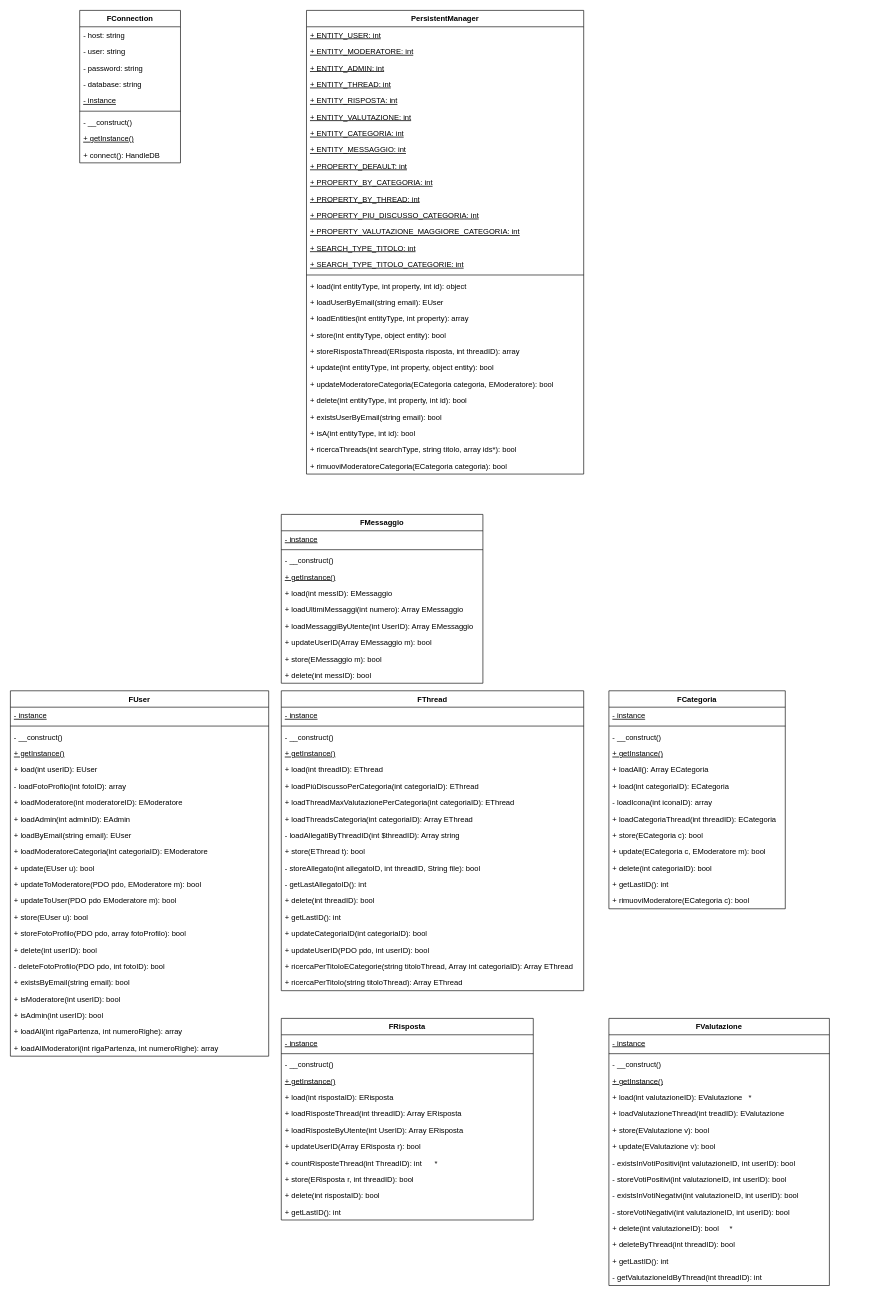
This is Diagrammi/UML Fondation 2.drawio from EdoPan/UniChat, a draw.io file, before an edit. Source tidied: cells renumbered, new cells numbered last; positions are measured from the earlier drawing's top-left corner, leaving out a move shared by most shapes. Both pictures are drawn from the tidied source at 63%, with x=0, y=0 at pixel (10, 10).
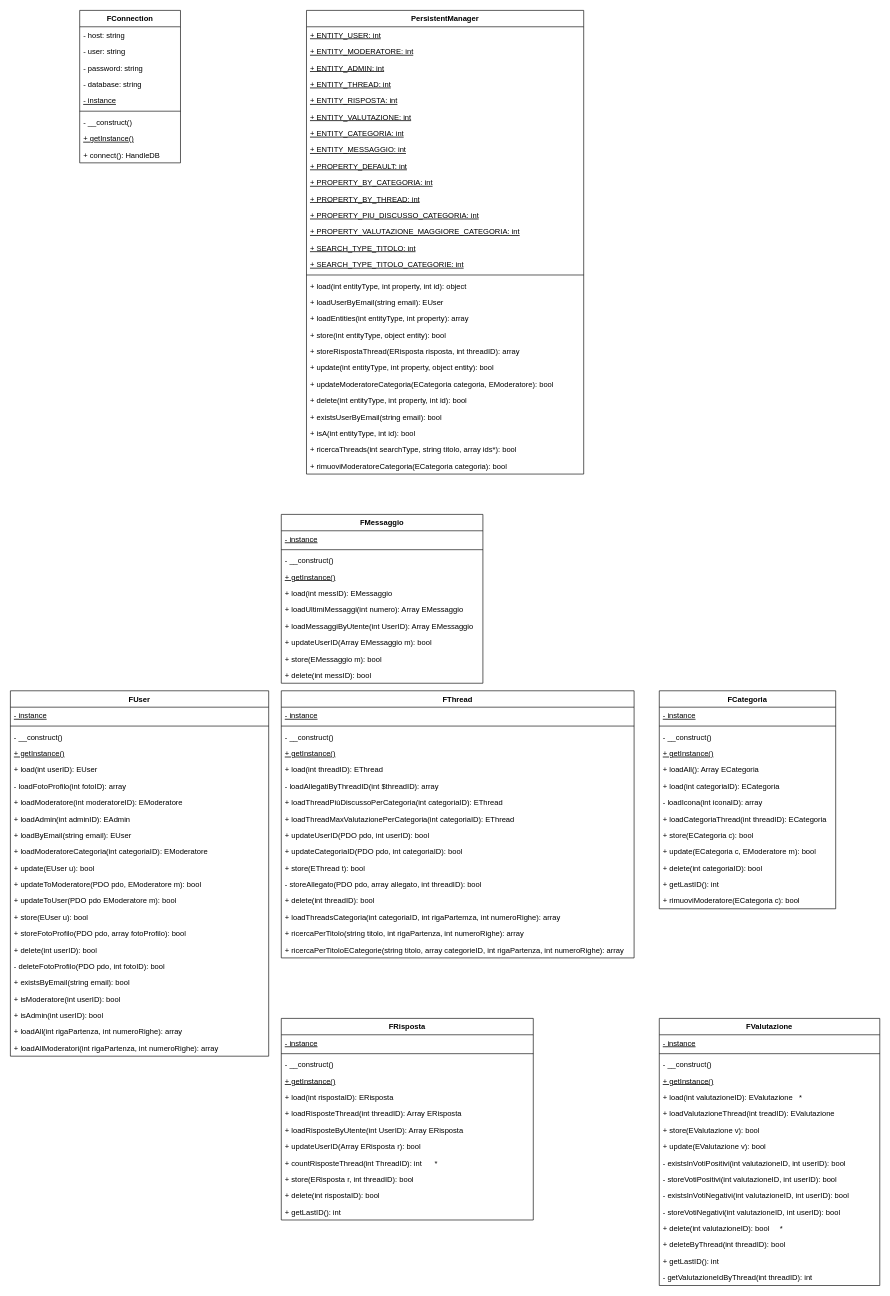
The same page after the edit.

Commit message:
Aggiunta e modifica metodi in FThread.

The edit, as a diff of the source:
```diff
@@
     <mxCell id="75" value="FThread" style="swimlane;fontStyle=1;align=center;verticalAlign=top;horizontal=1;startSize=26;" parent="1" vertex="1">
-      <mxGeometry x="430" y="1080" width="480" height="476" as="geometry" />
+      <mxGeometry x="430" y="1080" width="560" height="424" as="geometry" />
     </mxCell>
     <mxCell id="76" value="- instance" style="text;strokeColor=none;fillColor=none;align=left;verticalAlign=top;spacingLeft=4;spacingRight=4;overflow=hidden;fontStyle=4;" parent="75" vertex="1">
-      <mxGeometry y="26" width="480" height="26" as="geometry" />
+      <mxGeometry y="26" width="560" height="26" as="geometry" />
     </mxCell>
     <mxCell id="77" style="line;strokeWidth=1;fillColor=none;align=left;verticalAlign=middle;spacingTop=-1;spacingLeft=3;spacingRight=3;labelPosition=right;" parent="75" vertex="1">
-      <mxGeometry y="52" width="480" height="8" as="geometry" />
+      <mxGeometry y="52" width="560" height="8" as="geometry" />
     </mxCell>
     <mxCell id="78" value="- __construct()" style="text;strokeColor=none;fillColor=none;align=left;verticalAlign=top;spacingLeft=4;spacingRight=4;overflow=hidden;" parent="75" vertex="1">
-      <mxGeometry y="60" width="480" height="26" as="geometry" />
+      <mxGeometry y="60" width="560" height="26" as="geometry" />
     </mxCell>
     <mxCell id="79" value="+ getInstance()" style="text;strokeColor=none;fillColor=none;align=left;verticalAlign=top;spacingLeft=4;spacingRight=4;overflow=hidden;fontStyle=4;" parent="75" vertex="1">
-      <mxGeometry y="86" width="480" height="26" as="geometry" />
+      <mxGeometry y="86" width="560" height="26" as="geometry" />
     </mxCell>
     <mxCell id="80" value="+ load(int threadID): EThread  " style="text;strokeColor=none;fillColor=none;align=left;verticalAlign=top;spacingLeft=4;spacingRight=4;overflow=hidden;" parent="75" vertex="1">
-      <mxGeometry y="112" width="480" height="26" as="geometry" />
+      <mxGeometry y="112" width="560" height="26" as="geometry" />
     </mxCell>
+    <mxCell id="84" value="- loadAllegatiByThreadID(int $threadID): array" style="text;strokeColor=none;fillColor=none;align=left;verticalAlign=top;spacingLeft=4;spacingRight=4;overflow=hidden;" parent="75" vertex="1">
+      <mxGeometry y="138" width="560" height="26" as="geometry" />
+    </mxCell>
-    <mxCell id="81" value="+ loadPiùDiscussoPerCategoria(int categoriaID): EThread" style="text;strokeColor=none;fillColor=none;align=left;verticalAlign=top;spacingLeft=4;spacingRight=4;overflow=hidden;" parent="75" vertex="1">
-      <mxGeometry y="138" width="480" height="26" as="geometry" />
+    <mxCell id="81" value="+ loadThreadPiùDiscussoPerCategoria(int categoriaID): EThread" style="text;strokeColor=none;fillColor=none;align=left;verticalAlign=top;spacingLeft=4;spacingRight=4;overflow=hidden;" parent="75" vertex="1">
+      <mxGeometry y="164" width="560" height="26" as="geometry" />
     </mxCell>
     <mxCell id="82" value="+ loadThreadMaxValutazionePerCategoria(int categoriaID): EThread" style="text;strokeColor=none;fillColor=none;align=left;verticalAlign=top;spacingLeft=4;spacingRight=4;overflow=hidden;" parent="75" vertex="1">
-      <mxGeometry y="164" width="480" height="26" as="geometry" />
+      <mxGeometry y="190" width="560" height="26" as="geometry" />
     </mxCell>
-    <mxCell id="83" value="+ loadThreadsCategoria(int categoriaID): Array EThread" style="text;strokeColor=none;fillColor=none;align=left;verticalAlign=top;spacingLeft=4;spacingRight=4;overflow=hidden;" parent="75" vertex="1">
-      <mxGeometry y="190" width="480" height="26" as="geometry" />
-    </mxCell>
-    <mxCell id="84" value="- loadAllegatiByThreadID(int $threadID): Array string" style="text;strokeColor=none;fillColor=none;align=left;verticalAlign=top;spacingLeft=4;spacingRight=4;overflow=hidden;" parent="75" vertex="1">
-      <mxGeometry y="216" width="480" height="26" as="geometry" />
-    </mxCell>
+    <mxCell id="91" value="+ updateUserID(PDO pdo, int userID): bool" style="text;strokeColor=none;fillColor=none;align=left;verticalAlign=top;spacingLeft=4;spacingRight=4;overflow=hidden;" parent="75" vertex="1">
+      <mxGeometry y="216" width="560" height="26" as="geometry" />
+    </mxCell>
+    <mxCell id="90" value="+ updateCategoriaID(PDO pdo, int categoriaID): bool" style="text;strokeColor=none;fillColor=none;align=left;verticalAlign=top;spacingLeft=4;spacingRight=4;overflow=hidden;" parent="75" vertex="1">
+      <mxGeometry y="242" width="560" height="26" as="geometry" />
+    </mxCell>
     <mxCell id="85" value="+ store(EThread t): bool" style="text;strokeColor=none;fillColor=none;align=left;verticalAlign=top;spacingLeft=4;spacingRight=4;overflow=hidden;" parent="75" vertex="1">
-      <mxGeometry y="242" width="480" height="26" as="geometry" />
+      <mxGeometry y="268" width="560" height="26" as="geometry" />
     </mxCell>
-    <mxCell id="86" value="- storeAllegato(int allegatoID, int threadID, String file): bool" style="text;strokeColor=none;fillColor=none;align=left;verticalAlign=top;spacingLeft=4;spacingRight=4;overflow=hidden;" parent="75" vertex="1">
-      <mxGeometry y="268" width="480" height="26" as="geometry" />
+    <mxCell id="86" value="- storeAllegato(PDO pdo, array allegato, int threadID): bool" style="text;strokeColor=none;fillColor=none;align=left;verticalAlign=top;spacingLeft=4;spacingRight=4;overflow=hidden;" parent="75" vertex="1">
+      <mxGeometry y="294" width="560" height="26" as="geometry" />
     </mxCell>
-    <mxCell id="87" value="- getLastAllegatoID(): int" style="text;strokeColor=none;fillColor=none;align=left;verticalAlign=top;spacingLeft=4;spacingRight=4;overflow=hidden;" parent="75" vertex="1">
-      <mxGeometry y="294" width="480" height="26" as="geometry" />
-    </mxCell>
     <mxCell id="88" value="+ delete(int threadID): bool" style="text;strokeColor=none;fillColor=none;align=left;verticalAlign=top;spacingLeft=4;spacingRight=4;overflow=hidden;" parent="75" vertex="1">
-      <mxGeometry y="320" width="480" height="26" as="geometry" />
+      <mxGeometry y="320" width="560" height="26" as="geometry" />
     </mxCell>
-    <mxCell id="89" value="+ getLastID(): int" style="text;strokeColor=none;fillColor=none;align=left;verticalAlign=top;spacingLeft=4;spacingRight=4;overflow=hidden;" parent="75" vertex="1">
-      <mxGeometry y="346" width="480" height="26" as="geometry" />
-    </mxCell>
-    <mxCell id="90" value="+ updateCategoriaID(int categoriaID): bool" style="text;strokeColor=none;fillColor=none;align=left;verticalAlign=top;spacingLeft=4;spacingRight=4;overflow=hidden;" parent="75" vertex="1">
-      <mxGeometry y="372" width="480" height="26" as="geometry" />
-    </mxCell>
-    <mxCell id="91" value="+ updateUserID(PDO pdo, int userID): bool" style="text;strokeColor=none;fillColor=none;align=left;verticalAlign=top;spacingLeft=4;spacingRight=4;overflow=hidden;" parent="75" vertex="1">
-      <mxGeometry y="398" width="480" height="26" as="geometry" />
-    </mxCell>
+    <mxCell id="83" value="+ loadThreadsCategoria(int categoriaID, int rigaPartemza, int numeroRighe): array" style="text;strokeColor=none;fillColor=none;align=left;verticalAlign=top;spacingLeft=4;spacingRight=4;overflow=hidden;" parent="75" vertex="1">
+      <mxGeometry y="346" width="560" height="26" as="geometry" />
+    </mxCell>
+    <mxCell id="93" value="+ ricercaPerTitolo(string titolo, int rigaPartenza, int numeroRighe): array" style="text;strokeColor=none;fillColor=none;align=left;verticalAlign=top;spacingLeft=4;spacingRight=4;overflow=hidden;" parent="75" vertex="1">
+      <mxGeometry y="372" width="560" height="26" as="geometry" />
+    </mxCell>
-    <mxCell id="92" value="+ ricercaPerTitoloECategorie(string titoloThread, Array int categoriaID): Array EThread" style="text;strokeColor=none;fillColor=none;align=left;verticalAlign=top;spacingLeft=4;spacingRight=4;overflow=hidden;" parent="75" vertex="1">
-      <mxGeometry y="424" width="480" height="26" as="geometry" />
+    <mxCell id="92" value="+ ricercaPerTitoloECategorie(string titolo, array categorieID, int rigaPartenza, int numeroRighe): array" style="text;strokeColor=none;fillColor=none;align=left;verticalAlign=top;spacingLeft=4;spacingRight=4;overflow=hidden;" parent="75" vertex="1">
+      <mxGeometry y="398" width="560" height="26" as="geometry" />
     </mxCell>
-    <mxCell id="93" value="+ ricercaPerTitolo(string titoloThread): Array EThread" style="text;strokeColor=none;fillColor=none;align=left;verticalAlign=top;spacingLeft=4;spacingRight=4;overflow=hidden;" parent="75" vertex="1">
-      <mxGeometry y="450" width="480" height="26" as="geometry" />
-    </mxCell>
@@
     <mxCell id="107" value="FCategoria" style="swimlane;fontStyle=1;align=center;verticalAlign=top;horizontal=1;startSize=26;" parent="1" vertex="1">
-      <mxGeometry x="950" y="1080" width="280" height="346" as="geometry" />
+      <mxGeometry x="1030" y="1080" width="280" height="346" as="geometry" />
     </mxCell>
@@
     <mxCell id="121" value="FValutazione" style="swimlane;fontStyle=1;align=center;verticalAlign=top;horizontal=1;startSize=26;fillColor=#ffffff;" parent="1" vertex="1">
-      <mxGeometry x="950" y="1600" width="350" height="424" as="geometry" />
+      <mxGeometry x="1030" y="1600" width="350" height="424" as="geometry" />
     </mxCell>
```
